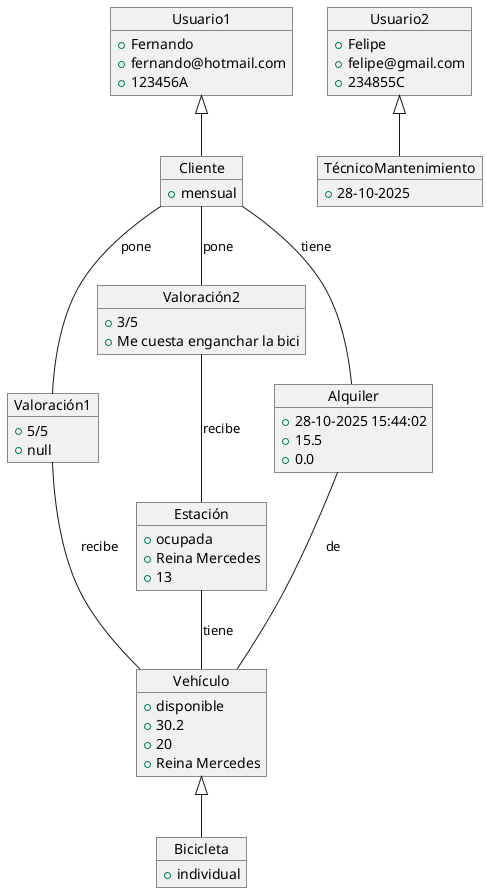
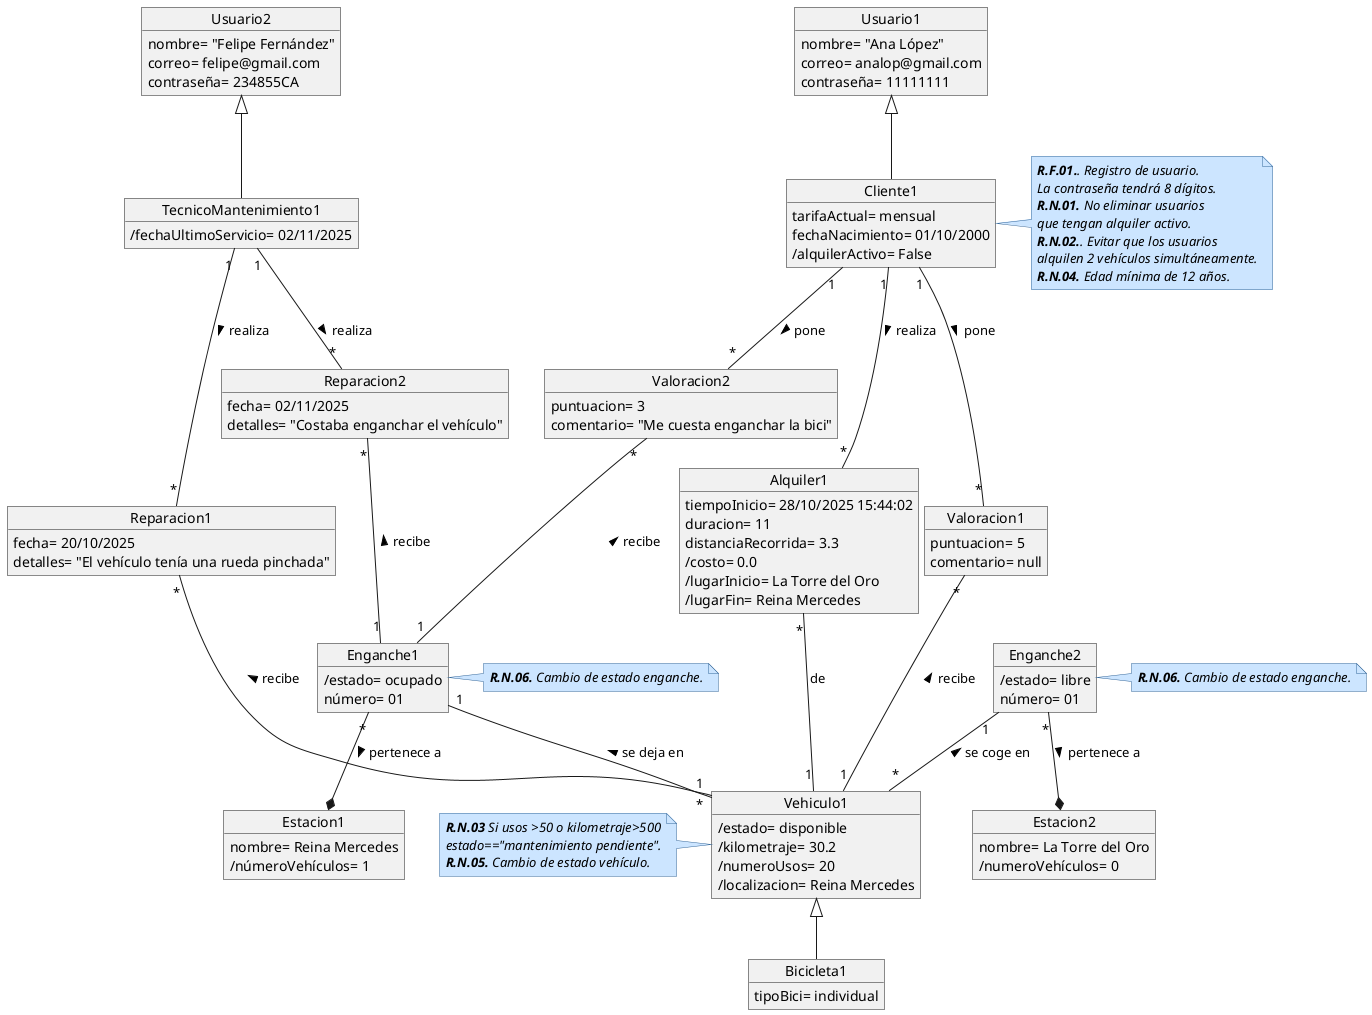
@startuml DiagramaClases

+ skinparam note {
+   BackgroundColor #cce5ff
+   BorderColor #336699
+   FontStyle italic
+ }
+ 
object Usuario1 {
-     +Fernando
-     +fernando@hotmail.com
-     +123456A
+     nombre= "Ana López"
+     correo= analop@gmail.com
+     contraseña= 11111111
}

object Usuario2 {
-     +Felipe
-     +felipe@gmail.com
-     +234855C
- 
+     nombre= "Felipe Fernández"
+     correo= felipe@gmail.com
+     contraseña= 234855CA
}

- object Cliente {
-     +mensual
+ object Cliente1 {
+     tarifaActual= mensual
+     fechaNacimiento= 01/10/2000
+     /alquilerActivo= False
+ }
+ note right
+ '''
+  **R.F.01.**. Registro de usuario.
+  La contraseña tendrá 8 dígitos.
+  **R.N.01.** No eliminar usuarios
+  que tengan alquiler activo.
+  **R.N.02.**. Evitar que los usuarios
+  alquilen 2 vehículos simultáneamente.
+  **R.N.04.** Edad mínima de 12 años.
+ '''
+ end note
+ 
+ 
+ object TecnicoMantenimiento1 {
+     /fechaUltimoServicio= 02/11/2025
}

- object TécnicoMantenimiento {
-     +28-10-2025
+ object Reparacion1 {
+     fecha= 20/10/2025
+     detalles= "El vehículo tenía una rueda pinchada"
}

- object Valoración1 {
-     +5/5
-     +null
+ object Reparacion2 {
+     fecha= 02/11/2025
+     detalles= "Costaba enganchar el vehículo"
}

- object Valoración2 {
-     +3/5
-     +Me cuesta enganchar la bici
+ object Valoracion1 {
+     puntuacion= 5
+     comentario= null
}

- object Alquiler {
-     +28-10-2025 15:44:02
-     +15.5
-     +0.0
+ object Valoracion2 {
+     puntuacion= 3
+     comentario= "Me cuesta enganchar la bici"
}

- object Vehículo {
-     +disponible
-     +30.2
-     +20
-     +Reina Mercedes
+ object Alquiler1 {
+     tiempoInicio= 28/10/2025 15:44:02
+     duracion= 11
+     distanciaRecorrida= 3.3
+     /costo= 0.0
+     /lugarInicio= La Torre del Oro
+     /lugarFin= Reina Mercedes
}

- object Estación {
-     +ocupada
-     +Reina Mercedes
-     +13
+ object Vehiculo1 {
+     /estado= disponible
+     /kilometraje= 30.2
+     /numeroUsos= 20
+     /localizacion= Reina Mercedes
+ }
+ note left
+ '''
+  **R.N.03** Si usos >50 o kilometraje>500
+  estado=="mantenimiento pendiente".
+  **R.N.05.** Cambio de estado vehículo.
+ '''
+ end note
+ 
+ object Estacion1 {
+     nombre= Reina Mercedes
+     /númeroVehículos= 1
}

- object Bicicleta {
-     +individual
+ object Estacion2 {
+     nombre= La Torre del Oro
+     /numeroVehículos= 0
+ }
+ 
+ object Enganche1 {
+     /estado= ocupado
+     número= 01
+ }
+ note right
+ '''
+  **R.N.06.** Cambio de estado enganche.
+ '''
+ end note
+ 
+ object Enganche2 {
+     /estado= libre
+     número= 01
+ }
+ note right
+ '''
+  **R.N.06.** Cambio de estado enganche.
+ '''
+ end note
+ 
+ object Bicicleta1 {
+     tipoBici= individual
}


- Usuario1 <|-- Cliente
- Usuario2 <|-- TécnicoMantenimiento
+ Usuario1 <|-- Cliente1
+ Usuario2 <|-- TecnicoMantenimiento1
+ 
+ Enganche1 "*"--* Estacion1 : pertenece a >
+ Enganche2 "*"--* Estacion2 : pertenece a >

'Relación directa valoraciones'
- Cliente -- Valoración1 : pone
- Cliente -- Valoración2 : pone
- Valoración1 -- Vehículo : recibe
- Valoración2 -- Estación : recibe
+ Cliente1 "1"--"*" Valoracion1 : pone >
+ Cliente1 "1"--"*" Valoracion2 : pone >

- Estación -- Vehículo : tiene
+ Valoracion1 "*"--"1" Vehiculo1 : recibe <
+ Valoracion2 "*"--"1" Enganche1 : recibe <
+ 
+ TecnicoMantenimiento1 "1"--"*" Reparacion1 : realiza >
+ TecnicoMantenimiento1 "1"--"*" Reparacion2 : realiza >
+ Reparacion1 "*"--"1" Vehiculo1 : recibe <
+ Reparacion2 "*"--"1" Enganche1 : recibe <
+ 
+ Enganche1 "1" --"*" Vehiculo1 : se deja en <
+ Enganche2 "1"--"*" Vehiculo1 : se coge en <
+ 

'Relacion de Alquileres'
- Cliente --  Alquiler: tiene
+ Cliente1 "1"--"*"  Alquiler1: realiza >

- Alquiler -- Vehículo: de
+ Alquiler1 "*"--"1" Vehiculo1: de

- Vehículo <|-- Bicicleta
+ Vehiculo1 <|-- Bicicleta1
+ 

@enduml